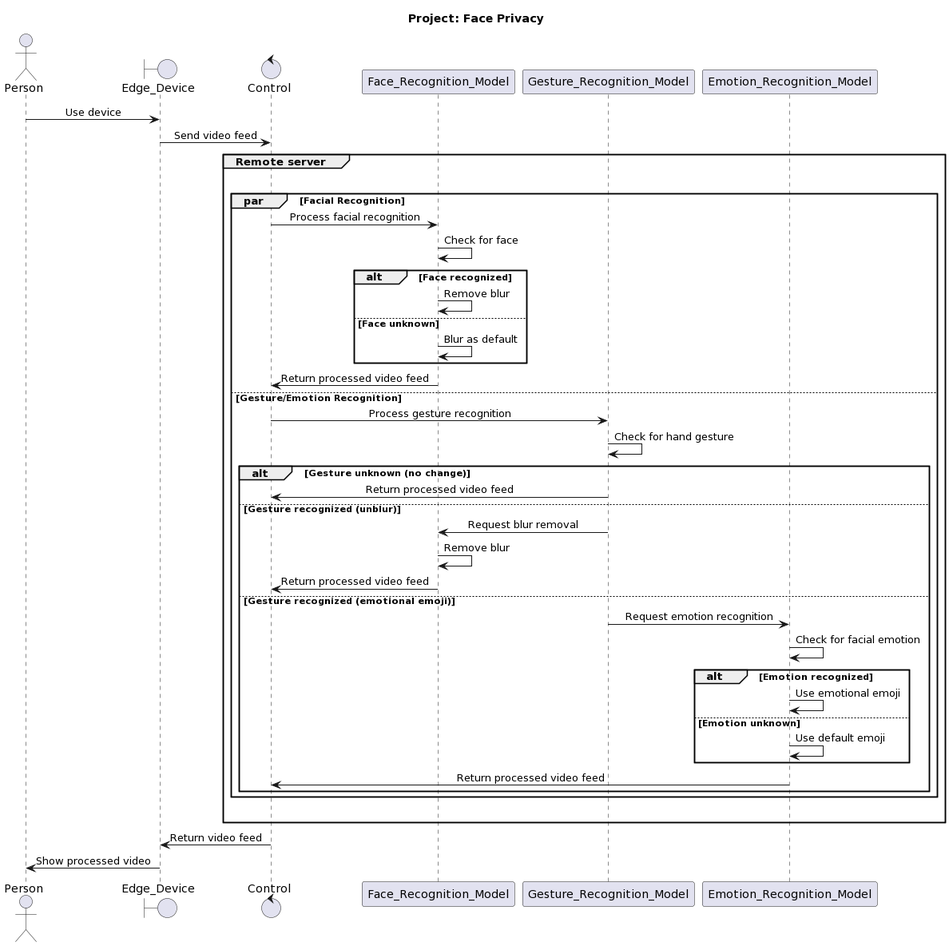
The PlantUML diagram doc/PlantUML_Sequence_Diagram.png in Team-Intel-Edge-AI/OnTheEdge, before a commit.
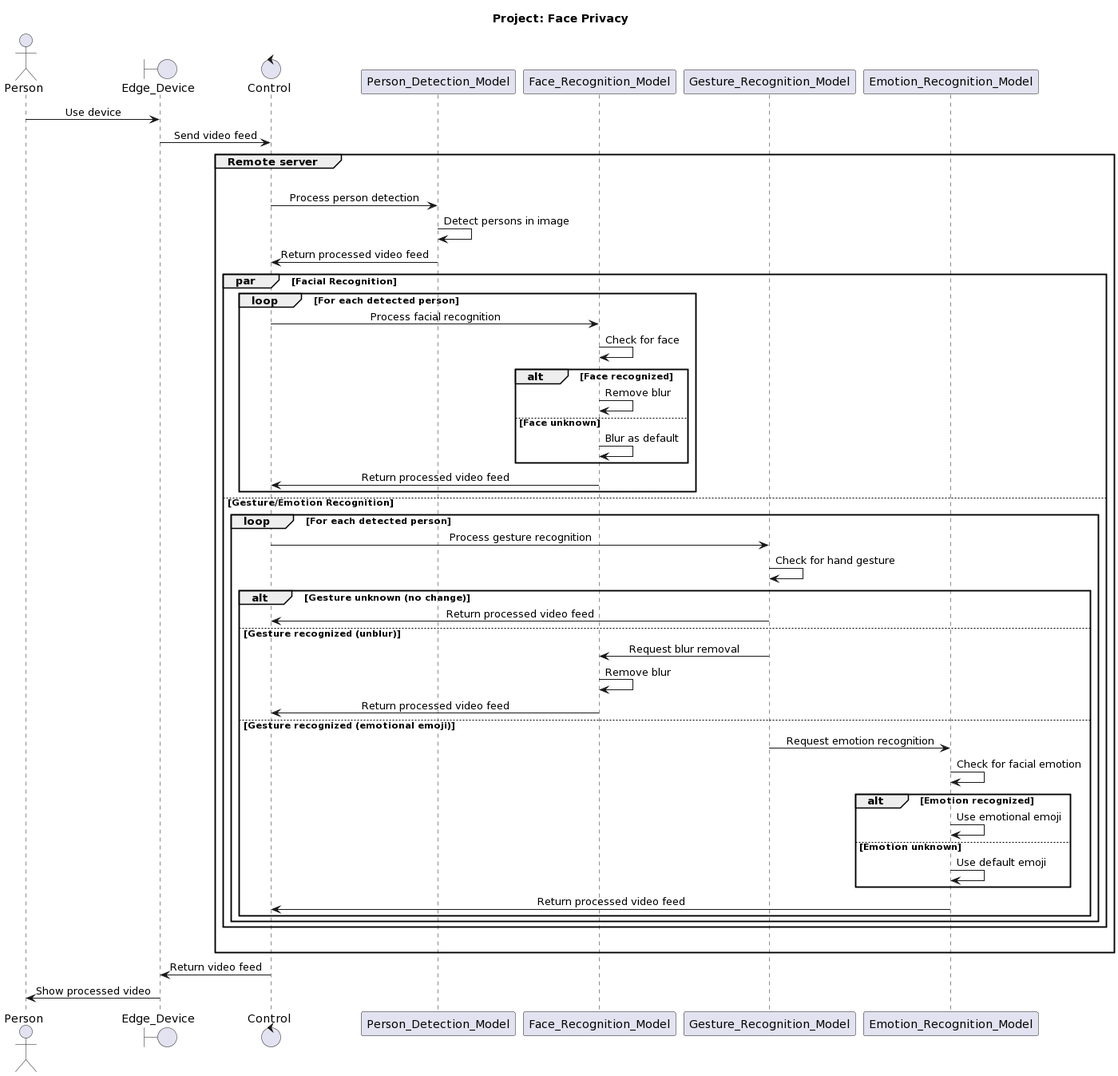
After the commit.

Commit message:
Updated sequence diagram - 3

The edit, as a diff of the source:
```diff
@@ -4,6 +4,7 @@
 actor Person as per
 boundary Edge_Device as edge
 control Control as ctrl
+participant Person_Detection_Model as person
 participant Face_Recognition_Model as face
 participant Gesture_Recognition_Model as gesture
 participant Emotion_Recognition_Model as emotion
@@ -15,33 +16,40 @@
 
 group Remote server
 |||
+ctrl -> person: Process person detection
+person -> person: Detect persons in image
+person -> ctrl: Return processed video feed
 par Facial Recognition
-    ctrl -> face: Process facial recognition
-    face -> face: Check for face
-    alt Face recognized
-        face -> face: Remove blur
-    else Face unknown
-        face -> face: Blur as default
+    loop For each detected person
+        ctrl -> face: Process facial recognition
+        face -> face: Check for face
+        alt Face recognized
+            face -> face: Remove blur
+        else Face unknown
+            face -> face: Blur as default
+        end
+        face -> ctrl: Return processed video feed
     end
-    face -> ctrl: Return processed video feed
 else Gesture/Emotion Recognition
-    ctrl -> gesture: Process gesture recognition
-    gesture -> gesture: Check for hand gesture
-    alt Gesture unknown (no change)
-        gesture -> ctrl: Return processed video feed
-    else Gesture recognized (unblur)
-        gesture -> face: Request blur removal
-        face -> face: Remove blur
-        face -> ctrl: Return processed video feed
-    else Gesture recognized (emotional emoji)
-        gesture -> emotion: Request emotion recognition
-        emotion -> emotion: Check for facial emotion
-        alt Emotion recognized
-            emotion -> emotion: Use emotional emoji
-        else Emotion unknown
-            emotion -> emotion: Use default emoji
+    loop For each detected person
+        ctrl -> gesture: Process gesture recognition
+        gesture -> gesture: Check for hand gesture
+        alt Gesture unknown (no change)
+            gesture -> ctrl: Return processed video feed
+        else Gesture recognized (unblur)
+            gesture -> face: Request blur removal
+            face -> face: Remove blur
+            face -> ctrl: Return processed video feed
+        else Gesture recognized (emotional emoji)
+            gesture -> emotion: Request emotion recognition
+            emotion -> emotion: Check for facial emotion
+            alt Emotion recognized
+                emotion -> emotion: Use emotional emoji
+            else Emotion unknown
+                emotion -> emotion: Use default emoji
+            end
+            emotion -> ctrl: Return processed video feed
         end
-        emotion -> ctrl: Return processed video feed
     end
 end
 |||
```
